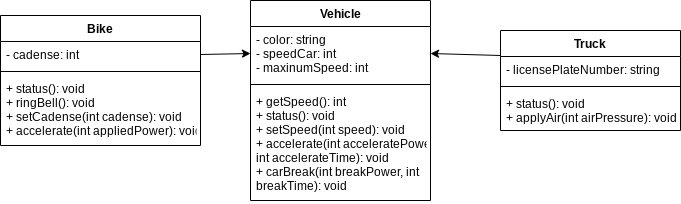
This is design.class_diagram.png from Yiyun-Qin/ics4u-unit2-09-typescript, a draw.io export, as it was before one commit. Source tidied: cells renumbered, new cells last; positions are measured from the earlier drawing's top-left corner, leaving out a move shared by most shapes.
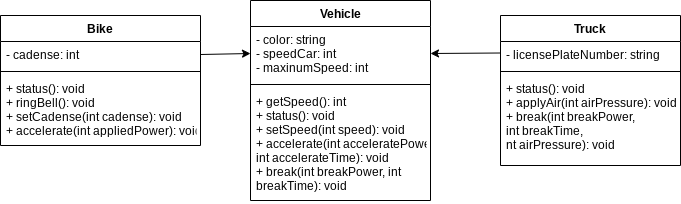
Above is the later version.

Commit message:
class diagram

What changed in the source:
```diff
@@ -11,14 +11,14 @@
     <mxCell id="4" style="line;strokeWidth=1;fillColor=none;align=left;verticalAlign=middle;spacingTop=-1;spacingLeft=3;spacingRight=3;labelPosition=right;" parent="2" vertex="1">
       <mxGeometry y="80" width="180" height="8" as="geometry" />
     </mxCell>
-    <mxCell id="5" value="+ getSpeed(): int&#10;+ status(): void&#10;+ setSpeed(int speed): void&#10;+ accelerate(int acceleratePower,&#10;int accelerateTime): void&#10;+ carBreak(int breakPower, int&#10;breakTime): void" style="text;strokeColor=none;fillColor=none;align=left;verticalAlign=top;spacingLeft=4;spacingRight=4;overflow=hidden;" parent="2" vertex="1">
+    <mxCell id="5" value="+ getSpeed(): int&#10;+ status(): void&#10;+ setSpeed(int speed): void&#10;+ accelerate(int acceleratePower,&#10;int accelerateTime): void&#10;+ break(int breakPower, int&#10;breakTime): void" style="text;strokeColor=none;fillColor=none;align=left;verticalAlign=top;spacingLeft=4;spacingRight=4;overflow=hidden;" parent="2" vertex="1">
       <mxGeometry y="88" width="180" height="112" as="geometry" />
     </mxCell>
     <mxCell id="6" style="edgeStyle=none;html=1;exitX=0;exitY=0.25;exitDx=0;exitDy=0;entryX=1;entryY=0.5;entryDx=0;entryDy=0;" parent="1" edge="1" source="7" target="3">
       <mxGeometry relative="1" as="geometry" />
     </mxCell>
     <mxCell id="7" value="Truck" style="swimlane;fontStyle=1;align=center;verticalAlign=top;horizontal=1;startSize=26;" parent="1" vertex="1">
-      <mxGeometry x="500" y="30" width="180" height="100" as="geometry" />
+      <mxGeometry x="500" y="15" width="180" height="150" as="geometry" />
     </mxCell>
     <mxCell id="8" value="- licensePlateNumber: string" style="text;strokeColor=none;fillColor=none;align=left;verticalAlign=top;spacingLeft=4;spacingRight=4;overflow=hidden;" parent="7" vertex="1">
       <mxGeometry y="26" width="180" height="26" as="geometry" />
@@ -26,8 +26,8 @@
     <mxCell id="9" style="line;strokeWidth=1;fillColor=none;align=left;verticalAlign=middle;spacingTop=-1;spacingLeft=3;spacingRight=3;labelPosition=right;" parent="7" vertex="1">
       <mxGeometry y="52" width="180" height="8" as="geometry" />
     </mxCell>
-    <mxCell id="10" value="+ status(): void&#10;+ applyAir(int airPressure): void" style="text;strokeColor=none;fillColor=none;align=left;verticalAlign=top;spacingLeft=4;spacingRight=4;overflow=hidden;" parent="7" vertex="1">
-      <mxGeometry y="60" width="180" height="40" as="geometry" />
+    <mxCell id="10" value="+ status(): void&#10;+ applyAir(int airPressure): void&#10;+ break(int breakPower,&#10;int breakTime, &#10;nt airPressure): void" style="text;strokeColor=none;fillColor=none;align=left;verticalAlign=top;spacingLeft=4;spacingRight=4;overflow=hidden;" parent="7" vertex="1">
+      <mxGeometry y="60" width="180" height="90" as="geometry" />
     </mxCell>
     <mxCell id="11" value="Bike" style="swimlane;fontStyle=1;align=center;verticalAlign=top;horizontal=1;startSize=26;" parent="1" vertex="1">
       <mxGeometry y="15" width="200" height="130" as="geometry" />
```
